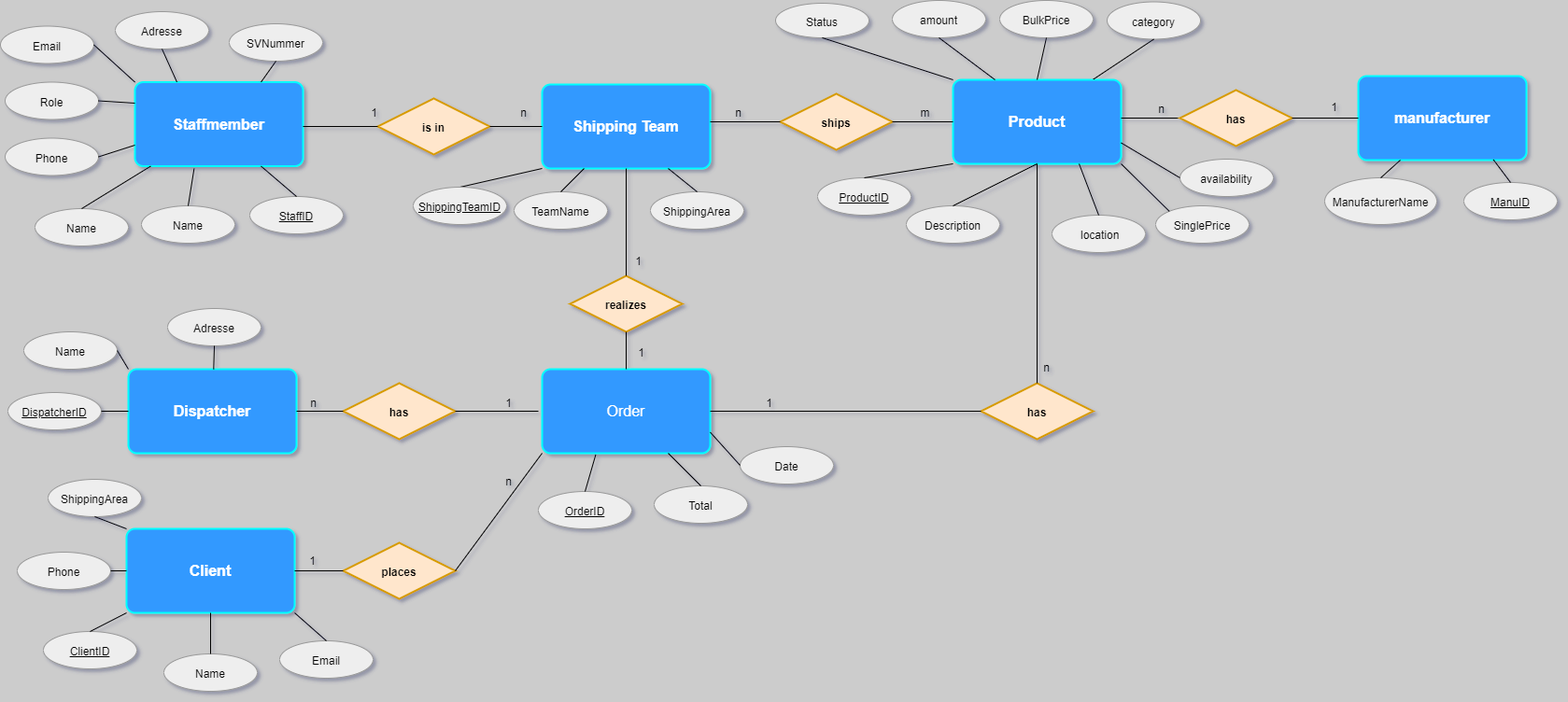
CodeFactoryWien/WF-Java-05 keeps this draw.io diagram as re_diagram.png. Above is the earlier version. Source tidied: cells renumbered, new cells last; positions are measured from the earlier drawing's top-left corner, leaving out a move shared by most shapes.
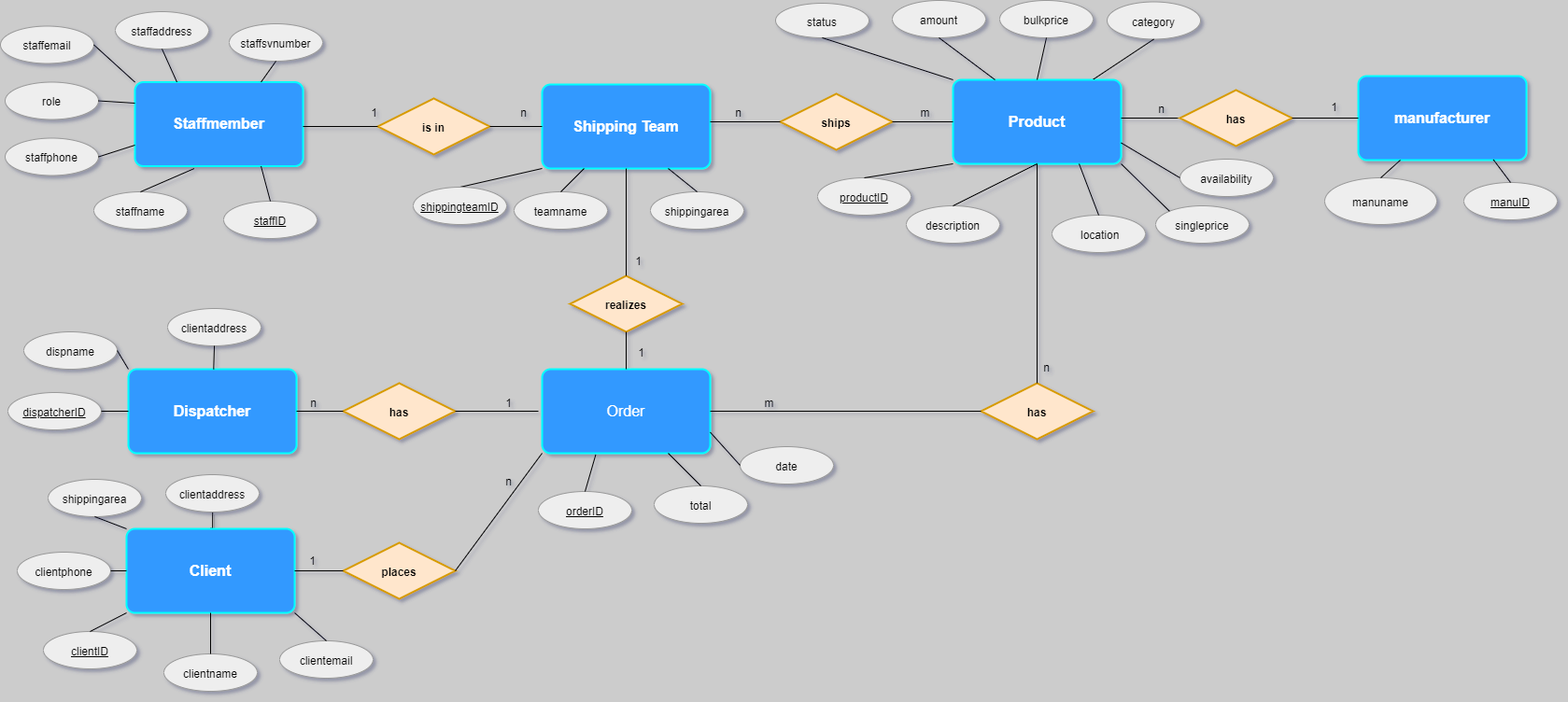
Later version of the same file.

Diff of the diagram source:
```diff
@@ -5,13 +5,13 @@
     <mxCell id="2" value="Product" style="rounded=1;arcSize=10;whiteSpace=wrap;html=1;align=center;strokeColor=#00FFFF;strokeWidth=2;fillColor=#3399FF;gradientColor=none;glass=0;shadow=0;comic=0;fontStyle=1;fontSize=16;fontColor=#FFFFFF;fixDash=0;" parent="1" vertex="1">
       <mxGeometry x="1020" y="85" width="180" height="90" as="geometry" />
     </mxCell>
-    <mxCell id="3" value="&lt;u&gt;ProductID&lt;/u&gt;" style="ellipse;whiteSpace=wrap;html=1;align=center;shadow=0;strokeColor=#999999;fillColor=#eeeeee;fixDash=0;" parent="1" vertex="1">
+    <mxCell id="3" value="&lt;u&gt;productID&lt;/u&gt;" style="ellipse;whiteSpace=wrap;html=1;align=center;shadow=0;strokeColor=#999999;fillColor=#eeeeee;fixDash=0;" parent="1" vertex="1">
       <mxGeometry x="875" y="190" width="100" height="40" as="geometry" />
     </mxCell>
-    <mxCell id="4" value="BulkPrice" style="ellipse;whiteSpace=wrap;html=1;align=center;shadow=0;strokeColor=#999999;fillColor=#eeeeee;fixDash=0;" parent="1" vertex="1">
+    <mxCell id="4" value="bulkprice" style="ellipse;whiteSpace=wrap;html=1;align=center;shadow=0;strokeColor=#999999;fillColor=#eeeeee;fixDash=0;" parent="1" vertex="1">
       <mxGeometry x="1070" width="100" height="40" as="geometry" />
     </mxCell>
-    <mxCell id="5" value="SinglePrice" style="ellipse;whiteSpace=wrap;html=1;align=center;shadow=0;strokeColor=#999999;fillColor=#eeeeee;fixDash=0;" parent="1" vertex="1">
+    <mxCell id="5" value="singleprice" style="ellipse;whiteSpace=wrap;html=1;align=center;shadow=0;strokeColor=#999999;fillColor=#eeeeee;fixDash=0;" parent="1" vertex="1">
       <mxGeometry x="1237" y="220" width="100" height="40" as="geometry" />
     </mxCell>
     <mxCell id="6" value="&amp;nbsp;location" style="ellipse;whiteSpace=wrap;html=1;align=center;shadow=0;strokeColor=#999999;fillColor=#eeeeee;fixDash=0;" parent="1" vertex="1">
@@ -23,22 +23,22 @@
     <mxCell id="8" value="availability" style="ellipse;whiteSpace=wrap;html=1;align=center;shadow=0;strokeColor=#999999;fillColor=#eeeeee;fixDash=0;" parent="1" vertex="1">
       <mxGeometry x="1263" y="170" width="100" height="40" as="geometry" />
     </mxCell>
-    <mxCell id="9" value="Description" style="ellipse;whiteSpace=wrap;html=1;align=center;shadow=0;strokeColor=#999999;fillColor=#eeeeee;fixDash=0;" parent="1" vertex="1">
+    <mxCell id="9" value="description" style="ellipse;whiteSpace=wrap;html=1;align=center;shadow=0;strokeColor=#999999;fillColor=#eeeeee;fixDash=0;" parent="1" vertex="1">
       <mxGeometry x="970" y="220" width="100" height="40" as="geometry" />
     </mxCell>
     <mxCell id="10" value="&lt;b&gt;&lt;font style=&quot;font-size: 16px&quot; color=&quot;#ffffff&quot;&gt;Staffmember&lt;/font&gt;&lt;/b&gt;" style="rounded=1;arcSize=10;whiteSpace=wrap;html=1;align=center;fillColor=#3399FF;strokeColor=#00FFFF;gradientColor=none;strokeWidth=2;fixDash=0;shadow=0;" parent="1" vertex="1">
       <mxGeometry x="144" y="87.5" width="180" height="90" as="geometry" />
     </mxCell>
-    <mxCell id="11" value="&lt;u&gt;StaffID&lt;/u&gt;" style="ellipse;whiteSpace=wrap;html=1;align=center;shadow=0;strokeColor=#999999;fillColor=#eeeeee;fixDash=0;" parent="1" vertex="1">
-      <mxGeometry x="267" y="210" width="100" height="40" as="geometry" />
+    <mxCell id="11" value="&lt;u&gt;staffID&lt;/u&gt;" style="ellipse;whiteSpace=wrap;html=1;align=center;shadow=0;strokeColor=#999999;fillColor=#eeeeee;fixDash=0;" parent="1" vertex="1">
+      <mxGeometry x="239" y="215" width="100" height="40" as="geometry" />
     </mxCell>
-    <mxCell id="12" value="Role" style="ellipse;whiteSpace=wrap;html=1;align=center;shadow=0;strokeColor=#999999;fillColor=#eeeeee;fixDash=0;" parent="1" vertex="1">
+    <mxCell id="12" value="role" style="ellipse;whiteSpace=wrap;html=1;align=center;shadow=0;strokeColor=#999999;fillColor=#eeeeee;fixDash=0;" parent="1" vertex="1">
       <mxGeometry x="5" y="87.5" width="100" height="40" as="geometry" />
     </mxCell>
     <mxCell id="13" value="&lt;font style=&quot;font-size: 16px&quot; color=&quot;#ffffff&quot;&gt;&lt;b&gt;Shipping Team&lt;/b&gt;&lt;/font&gt;" style="rounded=1;arcSize=10;whiteSpace=wrap;html=1;align=center;strokeColor=#00FFFF;strokeWidth=2;fillColor=#3399FF;gradientColor=none;fixDash=0;shadow=0;" parent="1" vertex="1">
       <mxGeometry x="580" y="90" width="180" height="90" as="geometry" />
     </mxCell>
-    <mxCell id="14" value="TeamName" style="ellipse;whiteSpace=wrap;html=1;align=center;shadow=0;strokeColor=#999999;fillColor=#eeeeee;fixDash=0;" parent="1" vertex="1">
+    <mxCell id="14" value="teamname" style="ellipse;whiteSpace=wrap;html=1;align=center;shadow=0;strokeColor=#999999;fillColor=#eeeeee;fixDash=0;" parent="1" vertex="1">
       <mxGeometry x="550" y="205" width="100" height="40" as="geometry" />
     </mxCell>
     <mxCell id="15" value="amount" style="ellipse;whiteSpace=wrap;html=1;align=center;shadow=0;strokeColor=#999999;fillColor=#eeeeee;fixDash=0;" parent="1" vertex="1">
@@ -47,67 +47,67 @@
     <mxCell id="16" value="Order" style="rounded=1;arcSize=10;whiteSpace=wrap;html=1;align=center;strokeColor=#00FFFF;strokeWidth=2;fillColor=#3399FF;gradientColor=none;fontSize=16;fontColor=#FFFFFF;fixDash=0;shadow=0;" parent="1" vertex="1">
       <mxGeometry x="580" y="395" width="180" height="90" as="geometry" />
     </mxCell>
-    <mxCell id="17" value="Status" style="ellipse;whiteSpace=wrap;html=1;align=center;shadow=0;strokeColor=#999999;fillColor=#eeeeee;fixDash=0;" parent="1" vertex="1">
+    <mxCell id="17" value="status" style="ellipse;whiteSpace=wrap;html=1;align=center;shadow=0;strokeColor=#999999;fillColor=#eeeeee;fixDash=0;" parent="1" vertex="1">
       <mxGeometry x="830" y="3" width="100" height="37" as="geometry" />
     </mxCell>
-    <mxCell id="18" value="Total" style="ellipse;whiteSpace=wrap;html=1;align=center;shadow=0;strokeColor=#999999;fillColor=#eeeeee;fixDash=0;" parent="1" vertex="1">
+    <mxCell id="18" value="total" style="ellipse;whiteSpace=wrap;html=1;align=center;shadow=0;strokeColor=#999999;fillColor=#eeeeee;fixDash=0;" parent="1" vertex="1">
       <mxGeometry x="700" y="520" width="100" height="40" as="geometry" />
     </mxCell>
-    <mxCell id="19" value="Date" style="ellipse;whiteSpace=wrap;html=1;align=center;shadow=0;strokeColor=#999999;fillColor=#eeeeee;fixDash=0;" parent="1" vertex="1">
+    <mxCell id="19" value="date" style="ellipse;whiteSpace=wrap;html=1;align=center;shadow=0;strokeColor=#999999;fillColor=#eeeeee;fixDash=0;" parent="1" vertex="1">
       <mxGeometry x="792" y="478" width="100" height="40" as="geometry" />
     </mxCell>
-    <mxCell id="20" value="&lt;u&gt;OrderID&lt;/u&gt;" style="ellipse;whiteSpace=wrap;html=1;align=center;shadow=0;strokeColor=#999999;fillColor=#eeeeee;fixDash=0;" parent="1" vertex="1">
+    <mxCell id="20" value="&lt;u&gt;orderID&lt;/u&gt;" style="ellipse;whiteSpace=wrap;html=1;align=center;shadow=0;strokeColor=#999999;fillColor=#eeeeee;fixDash=0;" parent="1" vertex="1">
       <mxGeometry x="576" y="526" width="100" height="40" as="geometry" />
     </mxCell>
+    <mxCell id="110" style="edgeStyle=orthogonalEdgeStyle;rounded=0;jettySize=auto;html=1;exitX=0.5;exitY=0;exitDx=0;exitDy=0;entryX=0.5;entryY=1;entryDx=0;entryDy=0;shadow=1;fontSize=16;fontColor=#FFFFFF;endArrow=none;endFill=0;" parent="1" edge="1" source="21" target="111">
+      <mxGeometry relative="1" as="geometry" />
+    </mxCell>
     <mxCell id="21" value="Client" style="rounded=1;arcSize=10;whiteSpace=wrap;html=1;align=center;strokeColor=#00FFFF;strokeWidth=2;fillColor=#3399FF;gradientColor=none;fontSize=16;fontColor=#FFFFFF;fontStyle=1;fixDash=0;shadow=0;" parent="1" vertex="1">
       <mxGeometry x="135" y="566" width="180" height="90" as="geometry" />
     </mxCell>
-    <mxCell id="22" value="&lt;u&gt;ClientID&lt;/u&gt;" style="ellipse;whiteSpace=wrap;html=1;align=center;shadow=0;strokeColor=#999999;fillColor=#eeeeee;fixDash=0;" parent="1" vertex="1">
+    <mxCell id="22" value="&lt;u&gt;clientID&lt;/u&gt;" style="ellipse;whiteSpace=wrap;html=1;align=center;shadow=0;strokeColor=#999999;fillColor=#eeeeee;fixDash=0;" parent="1" vertex="1">
       <mxGeometry x="46" y="676" width="100" height="40" as="geometry" />
     </mxCell>
-    <mxCell id="23" value="Name" style="ellipse;whiteSpace=wrap;html=1;align=center;shadow=0;strokeColor=#999999;fillColor=#eeeeee;fixDash=0;" parent="1" vertex="1">
+    <mxCell id="23" value="clientname" style="ellipse;whiteSpace=wrap;html=1;align=center;shadow=0;strokeColor=#999999;fillColor=#eeeeee;fixDash=0;" parent="1" vertex="1">
       <mxGeometry x="175" y="700" width="100" height="40" as="geometry" />
     </mxCell>
-    <mxCell id="24" value="Adresse" style="ellipse;whiteSpace=wrap;html=1;align=center;shadow=0;strokeColor=#999999;fillColor=#eeeeee;fixDash=0;" parent="1" vertex="1">
+    <mxCell id="24" value="clientaddress" style="ellipse;whiteSpace=wrap;html=1;align=center;shadow=0;strokeColor=#999999;fillColor=#eeeeee;fixDash=0;" parent="1" vertex="1">
       <mxGeometry x="179" y="330" width="100" height="40" as="geometry" />
     </mxCell>
-    <mxCell id="25" value="Email" style="ellipse;whiteSpace=wrap;html=1;align=center;shadow=0;strokeColor=#999999;fillColor=#eeeeee;fixDash=0;" parent="1" vertex="1">
+    <mxCell id="25" value="clientemail" style="ellipse;whiteSpace=wrap;html=1;align=center;shadow=0;strokeColor=#999999;fillColor=#eeeeee;fixDash=0;" parent="1" vertex="1">
       <mxGeometry x="299" y="686" width="100" height="40" as="geometry" />
     </mxCell>
-    <mxCell id="26" value="Phone" style="ellipse;whiteSpace=wrap;html=1;align=center;shadow=0;strokeColor=#999999;fillColor=#eeeeee;fixDash=0;" parent="1" vertex="1">
+    <mxCell id="26" value="clientphone" style="ellipse;whiteSpace=wrap;html=1;align=center;shadow=0;strokeColor=#999999;fillColor=#eeeeee;fixDash=0;" parent="1" vertex="1">
       <mxGeometry x="18" y="591" width="100" height="40" as="geometry" />
     </mxCell>
-    <mxCell id="27" value="Name" style="ellipse;whiteSpace=wrap;html=1;align=center;shadow=0;strokeColor=#999999;fillColor=#eeeeee;fixDash=0;" parent="1" vertex="1">
-      <mxGeometry x="151" y="220" width="100" height="40" as="geometry" />
+    <mxCell id="27" value="staffname" style="ellipse;whiteSpace=wrap;html=1;align=center;shadow=0;strokeColor=#999999;fillColor=#eeeeee;fixDash=0;" parent="1" vertex="1">
+      <mxGeometry x="100" y="205" width="100" height="40" as="geometry" />
     </mxCell>
-    <mxCell id="28" value="ShippingArea" style="ellipse;whiteSpace=wrap;html=1;align=center;shadow=0;strokeColor=#999999;fillColor=#eeeeee;fixDash=0;" parent="1" vertex="1">
+    <mxCell id="28" value="shippingarea" style="ellipse;whiteSpace=wrap;html=1;align=center;shadow=0;strokeColor=#999999;fillColor=#eeeeee;fixDash=0;" parent="1" vertex="1">
       <mxGeometry x="51" y="513" width="100" height="40" as="geometry" />
     </mxCell>
     <mxCell id="29" value="Dispatcher" style="rounded=1;arcSize=10;whiteSpace=wrap;html=1;align=center;strokeColor=#00FFFF;strokeWidth=2;fillColor=#3399FF;gradientColor=none;fontStyle=1;fontSize=16;fontColor=#FFFFFF;fixDash=0;shadow=0;" parent="1" vertex="1">
       <mxGeometry x="137" y="395" width="180" height="90" as="geometry" />
     </mxCell>
-    <mxCell id="30" value="ShippingArea" style="ellipse;whiteSpace=wrap;html=1;align=center;shadow=0;strokeColor=#999999;fillColor=#eeeeee;fixDash=0;" parent="1" vertex="1">
+    <mxCell id="30" value="shippingarea" style="ellipse;whiteSpace=wrap;html=1;align=center;shadow=0;strokeColor=#999999;fillColor=#eeeeee;fixDash=0;" parent="1" vertex="1">
       <mxGeometry x="696" y="205" width="100" height="40" as="geometry" />
     </mxCell>
-    <mxCell id="31" value="&lt;u&gt;DispatcherID&lt;/u&gt;" style="ellipse;whiteSpace=wrap;html=1;align=center;shadow=0;strokeColor=#999999;fillColor=#eeeeee;fixDash=0;" parent="1" vertex="1">
+    <mxCell id="31" value="&lt;u&gt;dispatcherID&lt;/u&gt;" style="ellipse;whiteSpace=wrap;html=1;align=center;shadow=0;strokeColor=#999999;fillColor=#eeeeee;fixDash=0;" parent="1" vertex="1">
       <mxGeometry x="8" y="420" width="100" height="40" as="geometry" />
     </mxCell>
-    <mxCell id="32" value="Name" style="ellipse;whiteSpace=wrap;html=1;align=center;shadow=0;strokeColor=#999999;fillColor=#eeeeee;fixDash=0;" parent="1" vertex="1">
+    <mxCell id="32" value="dispname" style="ellipse;whiteSpace=wrap;html=1;align=center;shadow=0;strokeColor=#999999;fillColor=#eeeeee;fixDash=0;" parent="1" vertex="1">
       <mxGeometry x="25" y="355" width="100" height="40" as="geometry" />
     </mxCell>
-    <mxCell id="33" value="Name" style="ellipse;whiteSpace=wrap;html=1;align=center;shadow=0;strokeColor=#999999;fillColor=#eeeeee;fixDash=0;" parent="1" vertex="1">
-      <mxGeometry x="37" y="223" width="100" height="40" as="geometry" />
-    </mxCell>
-    <mxCell id="34" value="Adresse" style="ellipse;whiteSpace=wrap;html=1;align=center;shadow=0;strokeColor=#999999;fillColor=#eeeeee;fixDash=0;" parent="1" vertex="1">
+    <mxCell id="34" value="staffaddress" style="ellipse;whiteSpace=wrap;html=1;align=center;shadow=0;strokeColor=#999999;fillColor=#eeeeee;fixDash=0;" parent="1" vertex="1">
       <mxGeometry x="123" y="12" width="100" height="40" as="geometry" />
     </mxCell>
-    <mxCell id="35" value="Email" style="ellipse;whiteSpace=wrap;html=1;align=center;shadow=0;strokeColor=#999999;fillColor=#eeeeee;fixDash=0;" parent="1" vertex="1">
+    <mxCell id="35" value="staffemail" style="ellipse;whiteSpace=wrap;html=1;align=center;shadow=0;strokeColor=#999999;fillColor=#eeeeee;fixDash=0;" parent="1" vertex="1">
       <mxGeometry y="27.5" width="100" height="40" as="geometry" />
     </mxCell>
-    <mxCell id="36" value="Phone" style="ellipse;whiteSpace=wrap;html=1;align=center;shadow=0;strokeColor=#999999;fillColor=#eeeeee;fixDash=0;" parent="1" vertex="1">
+    <mxCell id="36" value="staffphone" style="ellipse;whiteSpace=wrap;html=1;align=center;shadow=0;strokeColor=#999999;fillColor=#eeeeee;fixDash=0;" parent="1" vertex="1">
       <mxGeometry x="5" y="147.5" width="100" height="40" as="geometry" />
     </mxCell>
-    <mxCell id="37" value="SVNummer" style="ellipse;whiteSpace=wrap;html=1;align=center;fillColor=#eeeeee;strokeColor=#999999;perimeterSpacing=0;shadow=0;fixDash=0;" parent="1" vertex="1">
+    <mxCell id="37" value="staffsvnumber" style="ellipse;whiteSpace=wrap;html=1;align=center;fillColor=#eeeeee;strokeColor=#999999;perimeterSpacing=0;shadow=0;fixDash=0;" parent="1" vertex="1">
       <mxGeometry x="245" y="25" width="100" height="40" as="geometry" />
     </mxCell>
     <mxCell id="38" value="is in" style="shape=rhombus;perimeter=rhombusPerimeter;whiteSpace=wrap;html=1;align=center;fillColor=#ffe6cc;strokeColor=#d79b00;strokeWidth=2;fontStyle=1;fixDash=0;shadow=0;" parent="1" vertex="1">
@@ -133,9 +133,6 @@
     <mxCell id="44" style="endArrow=none;html=1;rounded=0;entryX=0.5;entryY=0;entryDx=0;entryDy=0;exitX=0.352;exitY=1.029;exitDx=0;exitDy=0;exitPerimeter=0;fixDash=0;shadow=0;" parent="1" edge="1" source="10" target="27">
       <mxGeometry relative="1" as="geometry" />
     </mxCell>
-    <mxCell id="45" style="endArrow=none;html=1;rounded=0;entryX=0.5;entryY=0;entryDx=0;entryDy=0;fixDash=0;shadow=0;" parent="1" edge="1" source="10" target="33">
-      <mxGeometry relative="1" as="geometry" />
-    </mxCell>
     <mxCell id="46" style="endArrow=none;html=1;rounded=0;entryX=1;entryY=0.5;entryDx=0;entryDy=0;exitX=0;exitY=0.75;exitDx=0;exitDy=0;fixDash=0;shadow=0;" parent="1" edge="1" source="10" target="36">
       <mxGeometry relative="1" as="geometry" />
     </mxCell>
@@ -248,8 +245,8 @@
     <mxCell id="81" style="endArrow=none;html=1;rounded=0;entryX=1;entryY=0.5;entryDx=0;entryDy=0;exitX=0;exitY=0.5;exitDx=0;exitDy=0;fixDash=0;shadow=0;" parent="1" edge="1" source="78" target="16">
       <mxGeometry relative="1" as="geometry" />
     </mxCell>
-    <mxCell id="82" value="1" style="text;html=1;align=center;verticalAlign=middle;fixDash=0;shadow=0;" parent="1" vertex="1">
-      <mxGeometry x="813" y="420" width="20" height="20" as="geometry" />
+    <mxCell id="82" value="m" style="text;html=1;align=center;verticalAlign=middle;fixDash=0;shadow=0;" parent="1" vertex="1">
+      <mxGeometry x="813" y="421" width="20" height="18" as="geometry" />
     </mxCell>
     <mxCell id="83" value="n" style="text;html=1;align=center;verticalAlign=middle;fixDash=0;shadow=0;" parent="1" vertex="1">
       <mxGeometry x="1110" y="382" width="20" height="20" as="geometry" />
@@ -319,20 +316,23 @@
     <mxCell id="104" value="n" style="text;html=1;align=center;verticalAlign=middle;fixDash=0;shadow=0;" parent="1" vertex="1">
       <mxGeometry x="1233" y="105" width="20" height="20" as="geometry" />
     </mxCell>
-    <mxCell id="105" value="ManufacturerName" style="ellipse;whiteSpace=wrap;html=1;align=center;shadow=0;strokeColor=#999999;fillColor=#eeeeee;fixDash=0;" parent="1" vertex="1">
+    <mxCell id="105" value="manuname" style="ellipse;whiteSpace=wrap;html=1;align=center;shadow=0;strokeColor=#999999;fillColor=#eeeeee;fixDash=0;" parent="1" vertex="1">
       <mxGeometry x="1418" y="190" width="120" height="50" as="geometry" />
     </mxCell>
     <mxCell id="106" style="endArrow=none;html=1;rounded=0;exitX=0.25;exitY=1;exitDx=0;exitDy=0;entryX=0.5;entryY=0;entryDx=0;entryDy=0;fixDash=0;shadow=0;" parent="1" edge="1" source="100" target="105">
       <mxGeometry relative="1" as="geometry" />
     </mxCell>
-    <mxCell id="107" value="&lt;u&gt;ManuID&lt;/u&gt;" style="ellipse;whiteSpace=wrap;html=1;align=center;shadow=0;strokeColor=#999999;fillColor=#eeeeee;fixDash=0;" parent="1" vertex="1">
+    <mxCell id="107" value="&lt;u&gt;manuID&lt;/u&gt;" style="ellipse;whiteSpace=wrap;html=1;align=center;shadow=0;strokeColor=#999999;fillColor=#eeeeee;fixDash=0;" parent="1" vertex="1">
       <mxGeometry x="1567" y="195" width="100" height="40" as="geometry" />
     </mxCell>
     <mxCell id="108" style="endArrow=none;html=1;rounded=0;exitX=0.804;exitY=0.996;exitDx=0;exitDy=0;exitPerimeter=0;entryX=0.5;entryY=0;entryDx=0;entryDy=0;fixDash=0;shadow=0;" parent="1" edge="1" source="100" target="107">
       <mxGeometry relative="1" as="geometry" />
     </mxCell>
-    <mxCell id="109" value="&lt;u&gt;ShippingTeamID&lt;/u&gt;" style="ellipse;whiteSpace=wrap;html=1;align=center;shadow=0;strokeColor=#999999;fillColor=#eeeeee;fixDash=0;" parent="1" vertex="1">
+    <mxCell id="109" value="&lt;u&gt;shippingteamID&lt;/u&gt;" style="ellipse;whiteSpace=wrap;html=1;align=center;shadow=0;strokeColor=#999999;fillColor=#eeeeee;fixDash=0;" parent="1" vertex="1">
       <mxGeometry x="442" y="200" width="100" height="40" as="geometry" />
     </mxCell>
+    <mxCell id="111" value="clientaddress" style="ellipse;whiteSpace=wrap;html=1;align=center;shadow=0;strokeColor=#999999;fillColor=#eeeeee;fixDash=0;" parent="1" vertex="1">
+      <mxGeometry x="177" y="508" width="100" height="40" as="geometry" />
+    </mxCell>
   </root>
 </mxGraphModel>
```
